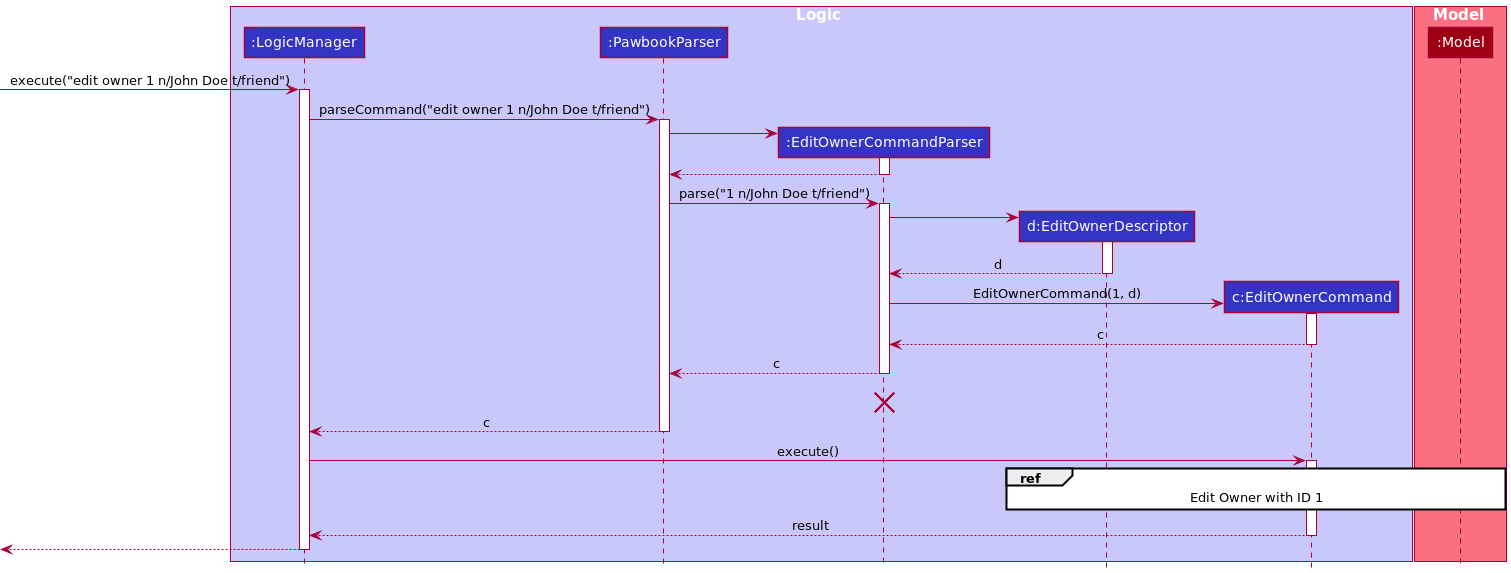
The PlantUML diagram docs/images/EditSequenceDiagram.png in nus-cs2103-AY2021S2/tp, before a commit. Its source is kept beside it as docs/diagrams/EditSequenceDiagram.puml.
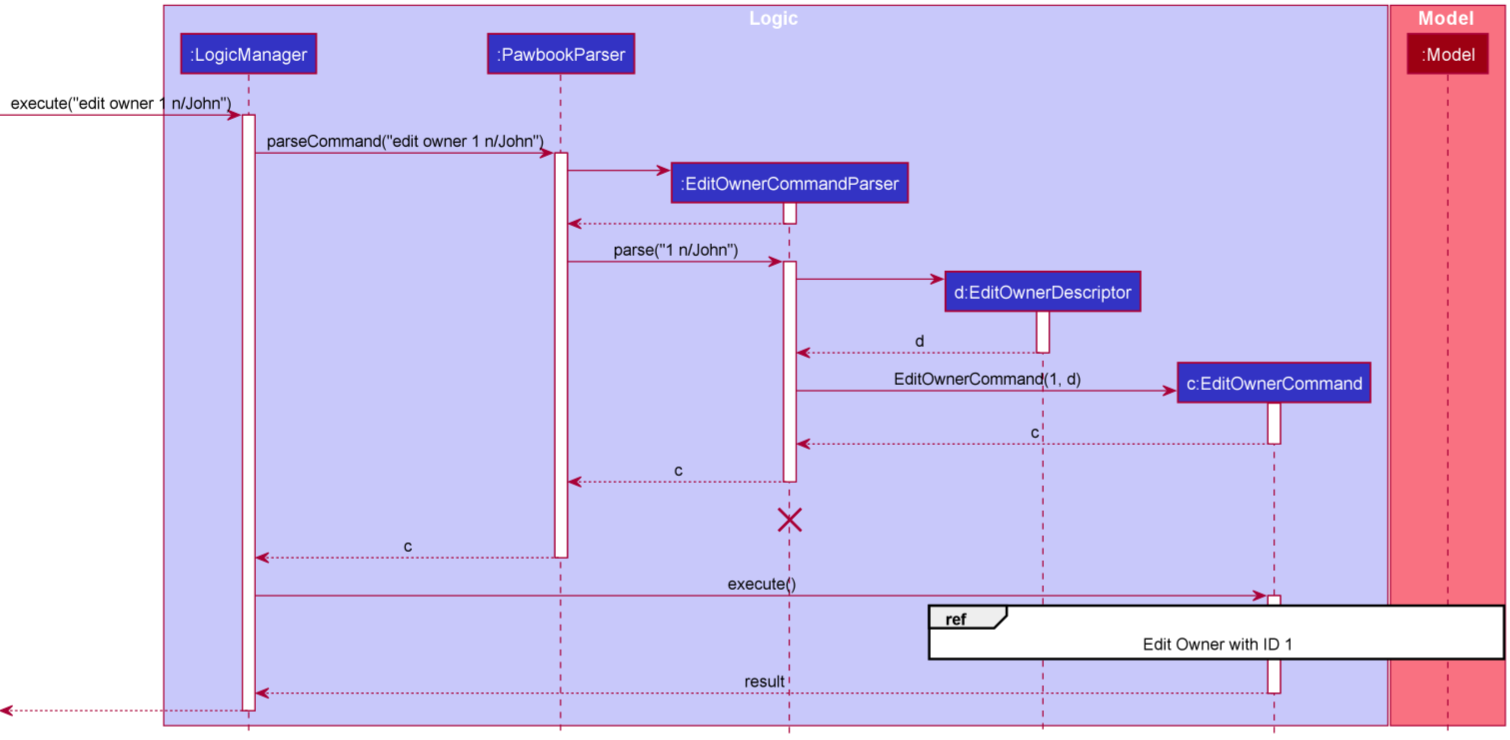
After the commit.

Commit message:
Reduce the words in sequence diagram to make it clearer

What changed in the source:
```diff
@@ -13,15 +13,15 @@
 participant ":Model" as Model MODEL_COLOR
 end box
 
-[-> LogicManager : execute("edit owner 1 n/John Doe t/friend")
+[-> LogicManager : execute("edit owner 1 n/John")
 
-LogicManager -> PawbookParser : parseCommand("edit owner 1 n/John Doe t/friend")
+LogicManager -> PawbookParser : parseCommand("edit owner 1 n/John")
 
 create EditOwnerCommandParser
 PawbookParser -> EditOwnerCommandParser
 return
 
-PawbookParser -> EditOwnerCommandParser : parse("1 n/John Doe t/friend")
+PawbookParser -> EditOwnerCommandParser : parse("1 n/John")
 
 create EditOwnerDescriptor
 EditOwnerCommandParser -> EditOwnerDescriptor
```
